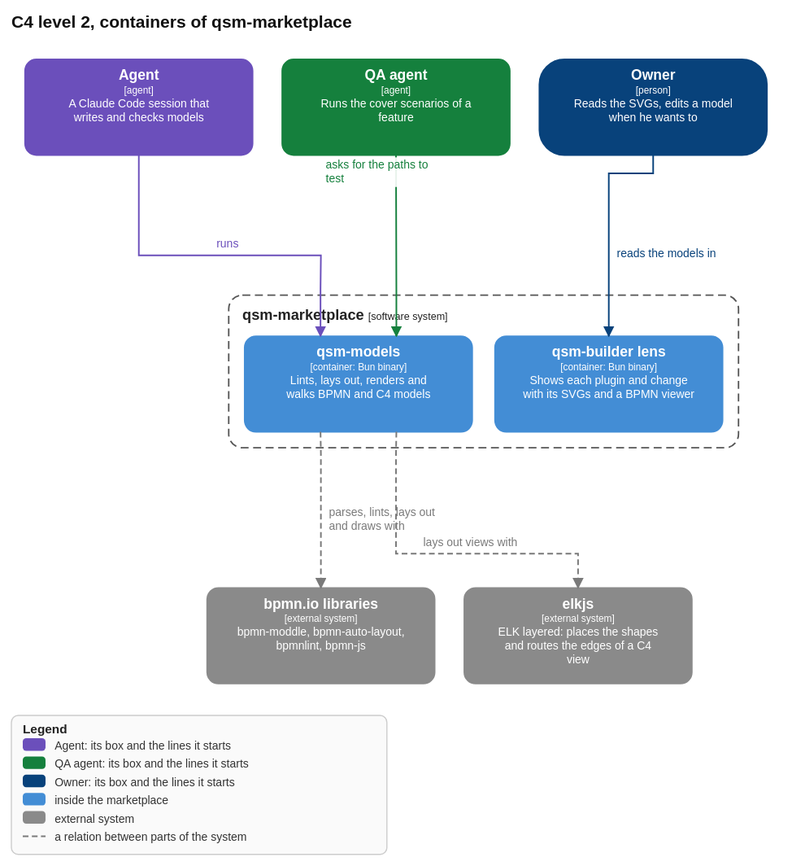
This is openspec/changes/strict-visual-models/models/qsm-models.containers.drawio.svg from qsmark-labs/qsm-marketplace, a draw.io export, as it was before one commit. Source tidied: cells renumbered, new cells last; positions are measured from the earlier drawing's top-left corner, leaving out a move shared by most shapes.
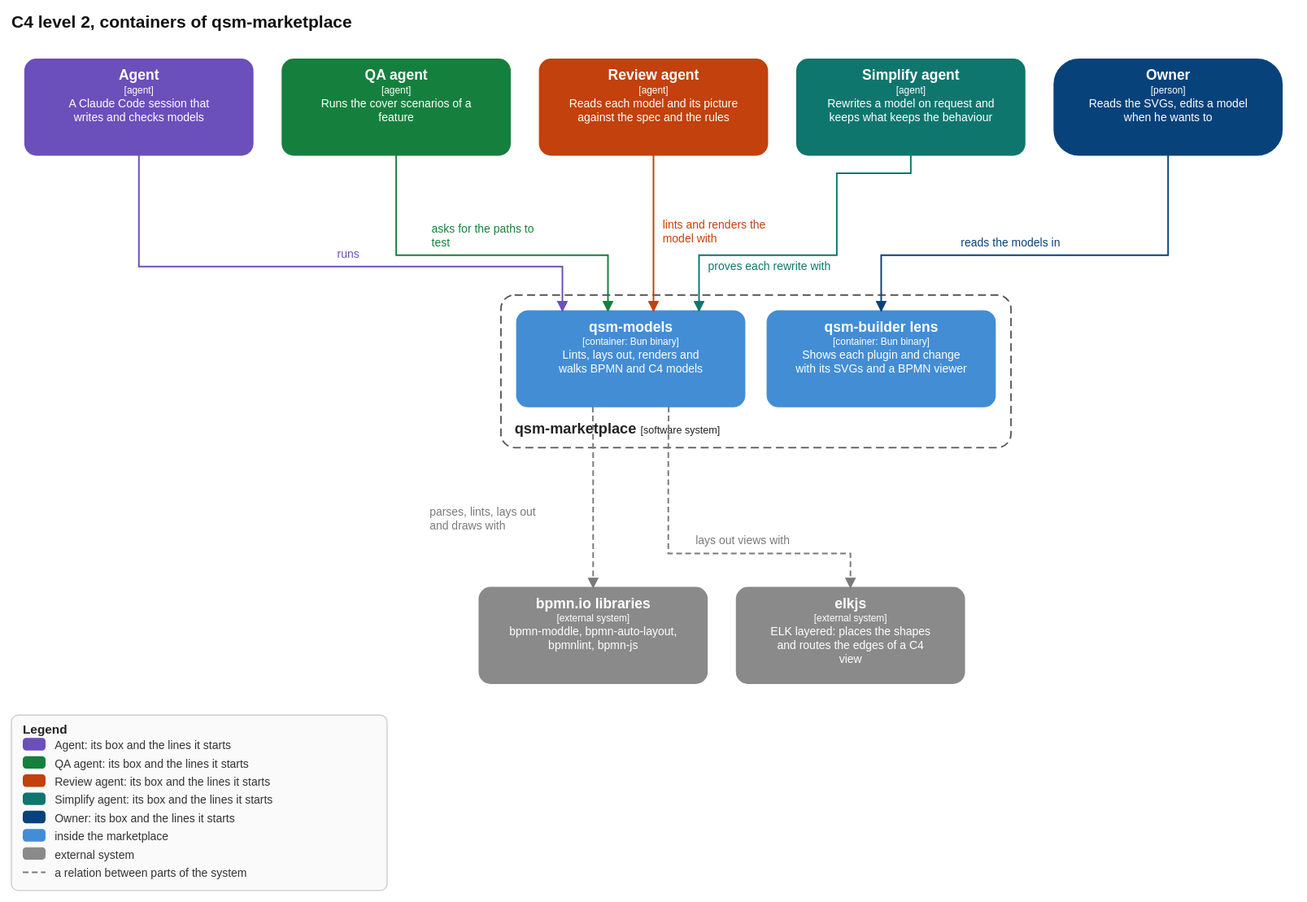
Later version of the same file.

What changed in the source:
```diff
@@ -3,18 +3,18 @@
     <mxCell id="0" />
     <mxCell id="1" parent="0" />
     <object id="2" label="&lt;b&gt;%c4Name%&lt;/b&gt;&lt;div&gt;[%c4Application%]&lt;/div&gt;" c4Application="Software System" c4Id="mp" c4Name="qsm-marketplace" c4Type="SystemScopeBoundary" placeholders="1">
-      <mxCell style="rounded=1;fontSize=11;whiteSpace=wrap;html=1;dashed=1;arcSize=4;fillColor=none;strokeColor=#555555;fontColor=#222222;align=left;verticalAlign=top;spacing=10;dashPattern=8 4;" parent="1" vertex="1">
-        <mxGeometry x="179" y="207" width="448" height="134" as="geometry" />
+      <mxCell style="rounded=1;fontSize=11;whiteSpace=wrap;html=1;dashed=1;arcSize=4;fillColor=none;strokeColor=#555555;fontColor=#222222;align=left;verticalAlign=bottom;spacing=10;dashPattern=8 4;" parent="1" vertex="1">
+        <mxGeometry x="418" y="207" width="448" height="134" as="geometry" />
       </mxCell>
     </object>
     <object id="3" label="&lt;b&gt;%c4Name%&lt;/b&gt;&lt;div&gt;[%c4Type%%c4TechnologySep%%c4Technology%]&lt;/div&gt;&lt;div style=&quot;font-size:11px&quot;&gt;%c4Description%&lt;/div&gt;" c4Description="Lints, lays out, renders and walks BPMN and C4 models" c4Id="mp.models" c4Name="qsm-models" c4Path="plugins/qsm-models" c4Tags="" c4Technology="Bun binary" c4TechnologySep=": " c4Type="Container" placeholders="1">
       <mxCell style="rounded=1;whiteSpace=wrap;html=1;arcSize=10;fillColor=#438dd5;strokeColor=#438dd5;fontColor=#ffffff;" parent="1" vertex="1">
-        <mxGeometry x="193" y="243" width="200" height="84" as="geometry" />
+        <mxGeometry x="432" y="221" width="200" height="84" as="geometry" />
       </mxCell>
     </object>
     <object id="4" label="&lt;b&gt;%c4Name%&lt;/b&gt;&lt;div&gt;[%c4Type%%c4TechnologySep%%c4Technology%]&lt;/div&gt;&lt;div style=&quot;font-size:11px&quot;&gt;%c4Description%&lt;/div&gt;" c4Description="Shows each plugin and change with its SVGs and a BPMN viewer" c4Id="mp.lens" c4Name="qsm-builder lens" c4Path="plugins/qsm-builder" c4Tags="" c4Technology="Bun binary" c4TechnologySep=": " c4Type="Container" placeholders="1">
       <mxCell style="rounded=1;whiteSpace=wrap;html=1;arcSize=10;fillColor=#438dd5;strokeColor=#438dd5;fontColor=#ffffff;" parent="1" vertex="1">
-        <mxGeometry x="413" y="243" width="200" height="84" as="geometry" />
+        <mxGeometry x="652" y="221" width="200" height="84" as="geometry" />
       </mxCell>
     </object>
     <object id="5" label="&lt;b&gt;%c4Name%&lt;/b&gt;&lt;div&gt;[%c4Type%%c4TechnologySep%%c4Technology%]&lt;/div&gt;&lt;div style=&quot;font-size:11px&quot;&gt;%c4Description%&lt;/div&gt;" c4Colour="purple" c4Description="A Claude Code session that writes and checks models" c4Id="agent" c4Name="Agent" c4Tags="agent" c4Technology="" c4TechnologySep="" c4Type="Software System" placeholders="1">
@@ -27,70 +27,97 @@
         <mxGeometry x="226" width="200" height="84" as="geometry" />
       </mxCell>
     </object>
-    <object id="7" label="&lt;b&gt;%c4Name%&lt;/b&gt;&lt;div&gt;[%c4Type%%c4TechnologySep%%c4Technology%]&lt;/div&gt;&lt;div style=&quot;font-size:11px&quot;&gt;%c4Description%&lt;/div&gt;" c4Colour="blue" c4Description="Reads the SVGs, edits a model when he wants to" c4Id="owner" c4Name="Owner" c4Tags="" c4Technology="" c4TechnologySep="" c4Type="Person" placeholders="1">
-      <mxCell style="rounded=1;whiteSpace=wrap;html=1;arcSize=26;fillColor=#08427b;strokeColor=#08427b;fontColor=#ffffff;" parent="1" vertex="1">
+    <object id="7" label="&lt;b&gt;%c4Name%&lt;/b&gt;&lt;div&gt;[%c4Type%%c4TechnologySep%%c4Technology%]&lt;/div&gt;&lt;div style=&quot;font-size:11px&quot;&gt;%c4Description%&lt;/div&gt;" c4Colour="orange" c4Description="Reads each model and its picture against the spec and the rules" c4Id="reviewer" c4Name="Review agent" c4Tags="agent" c4Technology="" c4TechnologySep="" c4Type="Software System" placeholders="1">
+      <mxCell style="rounded=1;whiteSpace=wrap;html=1;arcSize=10;fillColor=#c2410c;strokeColor=#c2410c;fontColor=#ffffff;" parent="1" vertex="1">
         <mxGeometry x="452" width="200" height="84" as="geometry" />
       </mxCell>
     </object>
-    <object id="8" label="&lt;b&gt;%c4Name%&lt;/b&gt;&lt;div&gt;[%c4Type%%c4TechnologySep%%c4Technology%]&lt;/div&gt;&lt;div style=&quot;font-size:11px&quot;&gt;%c4Description%&lt;/div&gt;" c4Description="bpmn-moddle, bpmn-auto-layout, bpmnlint, bpmn-js" c4Id="bpmnio" c4Name="bpmn.io libraries" c4Tags="external" c4Technology="" c4TechnologySep="" c4Type="Software System" placeholders="1">
-      <mxCell style="rounded=1;whiteSpace=wrap;html=1;arcSize=10;fillColor=#8a8a8a;strokeColor=#8a8a8a;fontColor=#ffffff;" parent="1" vertex="1">
-        <mxGeometry x="160" y="464" width="200" height="84" as="geometry" />
+    <object id="8" label="&lt;b&gt;%c4Name%&lt;/b&gt;&lt;div&gt;[%c4Type%%c4TechnologySep%%c4Technology%]&lt;/div&gt;&lt;div style=&quot;font-size:11px&quot;&gt;%c4Description%&lt;/div&gt;" c4Colour="teal" c4Description="Rewrites a model on request and keeps what keeps the behaviour" c4Id="simplifier" c4Name="Simplify agent" c4Tags="agent" c4Technology="" c4TechnologySep="" c4Type="Software System" placeholders="1">
+      <mxCell style="rounded=1;whiteSpace=wrap;html=1;arcSize=10;fillColor=#0f766e;strokeColor=#0f766e;fontColor=#ffffff;" parent="1" vertex="1">
+        <mxGeometry x="678" width="200" height="84" as="geometry" />
       </mxCell>
     </object>
-    <object id="9" label="&lt;b&gt;%c4Name%&lt;/b&gt;&lt;div&gt;[%c4Type%%c4TechnologySep%%c4Technology%]&lt;/div&gt;&lt;div style=&quot;font-size:11px&quot;&gt;%c4Description%&lt;/div&gt;" c4Description="ELK layered: places the shapes and routes the edges of a C4 view" c4Id="elk" c4Name="elkjs" c4Tags="external" c4Technology="" c4TechnologySep="" c4Type="Software System" placeholders="1">
-      <mxCell style="rounded=1;whiteSpace=wrap;html=1;arcSize=10;fillColor=#8a8a8a;strokeColor=#8a8a8a;fontColor=#ffffff;" parent="1" vertex="1">
-        <mxGeometry x="386" y="464" width="200" height="84" as="geometry" />
+    <object id="9" label="&lt;b&gt;%c4Name%&lt;/b&gt;&lt;div&gt;[%c4Type%%c4TechnologySep%%c4Technology%]&lt;/div&gt;&lt;div style=&quot;font-size:11px&quot;&gt;%c4Description%&lt;/div&gt;" c4Colour="navy" c4Description="Reads the SVGs, edits a model when he wants to" c4Id="owner" c4Name="Owner" c4Tags="" c4Technology="" c4TechnologySep="" c4Type="Person" placeholders="1">
+      <mxCell style="rounded=1;whiteSpace=wrap;html=1;arcSize=26;fillColor=#08427b;strokeColor=#08427b;fontColor=#ffffff;" parent="1" vertex="1">
+        <mxGeometry x="904" width="200" height="84" as="geometry" />
       </mxCell>
     </object>
-    <object id="10" label="%c4Description%" c4Description="runs" c4Type="Relationship" placeholders="1">
-      <mxCell style="edgeStyle=orthogonalEdgeStyle;rounded=1;endArrow=blockThin;endFill=1;html=1;fontSize=10;strokeColor=#6b4fbb;fontColor=#6b4fbb;strokeWidth=1.4;" parent="1" edge="1" source="5" target="3">
-        <mxGeometry relative="1" as="geometry">
-          <Array as="points">
-            <mxPoint x="100" y="172" />
-            <mxPoint x="260" y="172" />
-            <mxPoint x="259.7" y="202" />
-          </Array>
-        </mxGeometry>
+    <object id="10" label="&lt;b&gt;%c4Name%&lt;/b&gt;&lt;div&gt;[%c4Type%%c4TechnologySep%%c4Technology%]&lt;/div&gt;&lt;div style=&quot;font-size:11px&quot;&gt;%c4Description%&lt;/div&gt;" c4Description="bpmn-moddle, bpmn-auto-layout, bpmnlint, bpmn-js" c4Id="bpmnio" c4Name="bpmn.io libraries" c4Tags="external" c4Technology="" c4TechnologySep="" c4Type="Software System" placeholders="1">
+      <mxCell style="rounded=1;whiteSpace=wrap;html=1;arcSize=10;fillColor=#8a8a8a;strokeColor=#8a8a8a;fontColor=#ffffff;" parent="1" vertex="1">
+        <mxGeometry x="399" y="464" width="200" height="84" as="geometry" />
       </mxCell>
     </object>
-    <object id="11" label="%c4Description%" c4Description="asks for the paths to test" c4Type="Relationship" placeholders="1">
-      <mxCell style="edgeStyle=orthogonalEdgeStyle;rounded=1;endArrow=blockThin;endFill=1;html=1;fontSize=10;strokeColor=#15803d;fontColor=#15803d;strokeWidth=1.4;" parent="1" edge="1" source="6" target="3">
-        <mxGeometry relative="1" as="geometry">
-          <Array as="points">
-            <mxPoint x="326.3" y="202" />
-          </Array>
-        </mxGeometry>
+    <object id="11" label="&lt;b&gt;%c4Name%&lt;/b&gt;&lt;div&gt;[%c4Type%%c4TechnologySep%%c4Technology%]&lt;/div&gt;&lt;div style=&quot;font-size:11px&quot;&gt;%c4Description%&lt;/div&gt;" c4Description="ELK layered: places the shapes and routes the edges of a C4 view" c4Id="elk" c4Name="elkjs" c4Tags="external" c4Technology="" c4TechnologySep="" c4Type="Software System" placeholders="1">
+      <mxCell style="rounded=1;whiteSpace=wrap;html=1;arcSize=10;fillColor=#8a8a8a;strokeColor=#8a8a8a;fontColor=#ffffff;" parent="1" vertex="1">
+        <mxGeometry x="625" y="464" width="200" height="84" as="geometry" />
       </mxCell>
     </object>
-    <object id="12" label="%c4Description%" c4Description="reads the models in" c4Type="Relationship" placeholders="1">
-      <mxCell style="edgeStyle=orthogonalEdgeStyle;rounded=1;endArrow=blockThin;endFill=1;html=1;fontSize=10;strokeColor=#08427b;fontColor=#08427b;strokeWidth=1.4;" parent="1" edge="1" source="7" target="4">
+    <object id="12" label="%c4Description%" c4Description="runs" c4Type="Relationship" placeholders="1">
+      <mxCell style="edgeStyle=orthogonalEdgeStyle;rounded=1;endArrow=blockThin;endFill=1;html=1;fontSize=10;strokeColor=#6b4fbb;fontColor=#6b4fbb;strokeWidth=1.4;" parent="1" edge="1" source="5" target="3">
         <mxGeometry relative="1" as="geometry">
           <Array as="points">
-            <mxPoint x="552" y="100" />
-            <mxPoint x="513" y="100" />
+            <mxPoint x="100" y="182" />
+            <mxPoint x="472" y="182" />
           </Array>
         </mxGeometry>
       </mxCell>
     </object>
-    <object id="13" label="%c4Description%" c4Description="parses, lints, lays out and draws with" c4Type="Relationship" placeholders="1">
-      <mxCell style="edgeStyle=orthogonalEdgeStyle;rounded=1;endArrow=blockThin;endFill=1;html=1;fontSize=10;strokeColor=#7a7a7a;fontColor=#7a7a7a;strokeWidth=1.4;dashed=1;" parent="1" edge="1" source="3" target="8">
+    <object id="13" label="%c4Description%" c4Description="asks for the paths to test" c4Type="Relationship" placeholders="1">
+      <mxCell style="edgeStyle=orthogonalEdgeStyle;rounded=1;endArrow=blockThin;endFill=1;html=1;fontSize=10;strokeColor=#15803d;fontColor=#15803d;strokeWidth=1.4;" parent="1" edge="1" source="6" target="3">
         <mxGeometry relative="1" as="geometry">
           <Array as="points">
-            <mxPoint x="260" y="346" />
+            <mxPoint x="326" y="172" />
+            <mxPoint x="512" y="172" />
           </Array>
         </mxGeometry>
       </mxCell>
     </object>
-    <object id="14" label="%c4Description%" c4Description="lays out views with" c4Type="Relationship" placeholders="1">
-      <mxCell style="edgeStyle=orthogonalEdgeStyle;rounded=1;endArrow=blockThin;endFill=1;html=1;fontSize=10;strokeColor=#7a7a7a;fontColor=#7a7a7a;strokeWidth=1.4;dashed=1;" parent="1" edge="1" source="3" target="9">
-        <mxGeometry relative="1" as="geometry">
-          <Array as="points">
-            <mxPoint x="326" y="346" />
-            <mxPoint x="326" y="434" />
-            <mxPoint x="486" y="434" />
-          </Array>
-        </mxGeometry>
+    <object id="14" label="%c4Description%" c4Description="lints and renders the model with" c4Type="Relationship" placeholders="1">
+      <mxCell style="edgeStyle=orthogonalEdgeStyle;rounded=1;endArrow=blockThin;endFill=1;html=1;fontSize=10;strokeColor=#c2410c;fontColor=#c2410c;strokeWidth=1.4;" parent="1" edge="1" source="7" target="3">
+        <mxGeometry relative="1" as="geometry" />
       </mxCell>
     </object>
+    <object id="15" label="%c4Description%" c4Description="proves each rewrite with" c4Type="Relationship" placeholders="1">
+      <mxCell style="edgeStyle=orthogonalEdgeStyle;rounded=1;endArrow=blockThin;endFill=1;html=1;fontSize=10;strokeColor=#0f766e;fontColor=#0f766e;strokeWidth=1.4;" parent="1" edge="1" source="8" target="3">
+        <mxGeometry relative="1" as="geometry">
+          <Array as="points">
+            <mxPoint x="778" y="100" />
+            <mxPoint x="713" y="100" />
+            <mxPoint x="713" y="172" />
+            <mxPoint x="592" y="172" />
+          </Array>
+        </mxGeometry>
+      </mxCell>
+    </object>
+    <object id="16" label="%c4Description%" c4Description="reads the models in" c4Type="Relationship" placeholders="1">
+      <mxCell style="edgeStyle=orthogonalEdgeStyle;rounded=1;endArrow=blockThin;endFill=1;html=1;fontSize=10;strokeColor=#08427b;fontColor=#08427b;strokeWidth=1.4;" parent="1" edge="1" source="9" target="4">
+        <mxGeometry relative="1" as="geometry">
+          <Array as="points">
+            <mxPoint x="1004" y="172" />
+            <mxPoint x="752" y="172" />
+          </Array>
+        </mxGeometry>
+      </mxCell>
+    </object>
+    <object id="17" label="%c4Description%" c4Description="parses, lints, lays out and draws with" c4Type="Relationship" placeholders="1">
+      <mxCell style="edgeStyle=orthogonalEdgeStyle;rounded=1;endArrow=blockThin;endFill=1;html=1;fontSize=10;strokeColor=#7a7a7a;fontColor=#7a7a7a;strokeWidth=1.4;dashed=1;" parent="1" edge="1" source="3" target="10">
+        <mxGeometry relative="1" as="geometry">
+          <Array as="points">
+            <mxPoint x="499" y="346" />
+          </Array>
+        </mxGeometry>
+      </mxCell>
+    </object>
+    <object id="18" label="%c4Description%" c4Description="lays out views with" c4Type="Relationship" placeholders="1">
+      <mxCell style="edgeStyle=orthogonalEdgeStyle;rounded=1;endArrow=blockThin;endFill=1;html=1;fontSize=10;strokeColor=#7a7a7a;fontColor=#7a7a7a;strokeWidth=1.4;dashed=1;" parent="1" edge="1" source="3" target="11">
+        <mxGeometry relative="1" as="geometry">
+          <Array as="points">
+            <mxPoint x="565" y="346" />
+            <mxPoint x="565" y="434" />
+            <mxPoint x="725" y="434" />
+          </Array>
+        </mxGeometry>
+      </mxCell>
+    </object>
   </root>
 </mxGraphModel>
```
